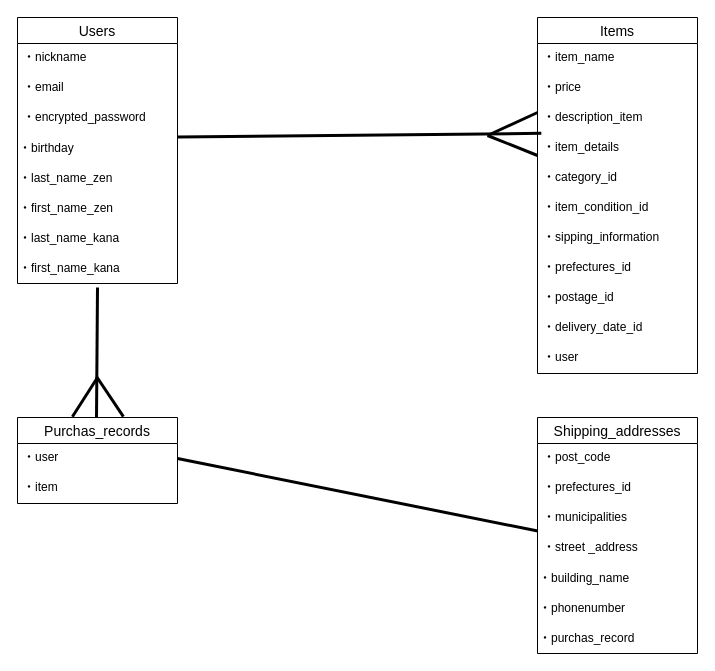
Before: furima-40418.dio in Ryo390/furima-40148, a draw.io diagram. Source tidied: cells renumbered, new cells numbered last; positions are measured from the earlier drawing's top-left corner, leaving out a move shared by most shapes. Both pictures are drawn from the tidied source at 100%, with x=0, y=0 at pixel (17, 17).
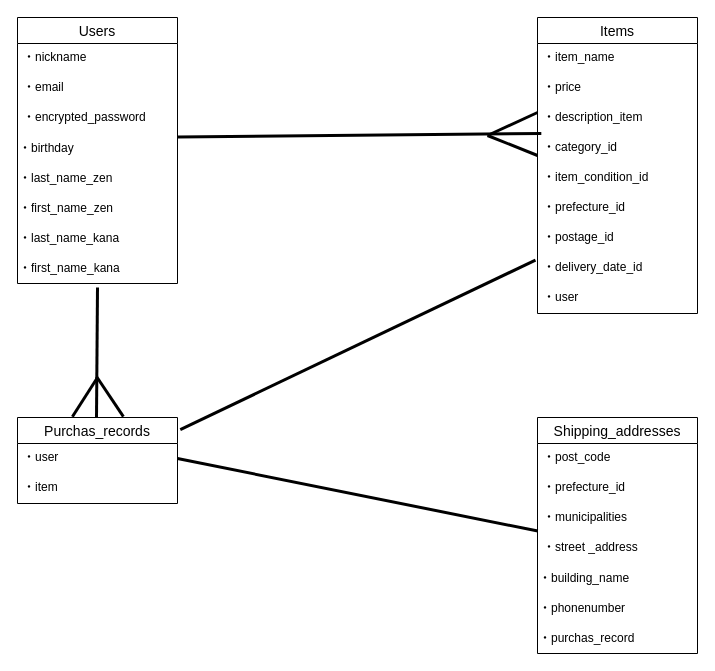
The same page after the edit.

Commit message (it also covers changes not shown here):
ER図・README修正5

Unchanged cells that the change refers to:
```xml
<mxCell id="26" value="Shipping_addresses" style="swimlane;fontStyle=0;horizontal=1;startSize=26;align=center;fontSize=14;" parent="1" vertex="1">
  <mxGeometry x="520" y="400" width="160" height="236" as="geometry" />
</mxCell>
```

What changed in the source:
```diff
@@
     <mxCell id="14" value="Items" style="swimlane;fontStyle=0;horizontal=1;startSize=26;align=center;fontSize=14;" parent="1" vertex="1">
-      <mxGeometry x="520" width="160" height="356" as="geometry" />
+      <mxGeometry x="520" width="160" height="296" as="geometry" />
     </mxCell>
@@
-    <mxCell id="18" value="・item_details" style="text;strokeColor=none;fillColor=none;spacingLeft=4;spacingRight=4;overflow=hidden;points=[[0,0.5],[1,0.5]];portConstraint=eastwest;fontSize=12;" parent="14" vertex="1">
-      <mxGeometry y="116" width="160" height="30" as="geometry" />
-    </mxCell>
     <mxCell id="19" value="・category_id" style="text;strokeColor=none;fillColor=none;spacingLeft=4;spacingRight=4;overflow=hidden;fontSize=12;" parent="14" vertex="1">
-      <mxGeometry y="146" width="160" height="30" as="geometry" />
+      <mxGeometry y="116" width="160" height="30" as="geometry" />
     </mxCell>
     <mxCell id="20" value="・item_condition_id" style="text;strokeColor=none;fillColor=none;spacingLeft=4;spacingRight=4;overflow=hidden;fontSize=12;" parent="14" vertex="1">
-      <mxGeometry y="176" width="160" height="30" as="geometry" />
+      <mxGeometry y="146" width="160" height="30" as="geometry" />
     </mxCell>
-    <mxCell id="21" value="・sipping_information" style="text;strokeColor=none;fillColor=none;spacingLeft=4;spacingRight=4;overflow=hidden;fontSize=12;" parent="14" vertex="1">
-      <mxGeometry y="206" width="160" height="30" as="geometry" />
-    </mxCell>
-    <mxCell id="22" value="・prefectures_id" style="text;strokeColor=none;fillColor=none;spacingLeft=4;spacingRight=4;overflow=hidden;fontSize=12;" parent="14" vertex="1">
-      <mxGeometry y="236" width="160" height="30" as="geometry" />
+    <mxCell id="22" value="・prefecture_id" style="text;strokeColor=none;fillColor=none;spacingLeft=4;spacingRight=4;overflow=hidden;fontSize=12;" parent="14" vertex="1">
+      <mxGeometry y="176" width="160" height="30" as="geometry" />
     </mxCell>
     <mxCell id="23" value="・postage_id" style="text;strokeColor=none;fillColor=none;spacingLeft=4;spacingRight=4;overflow=hidden;fontSize=12;" parent="14" vertex="1">
-      <mxGeometry y="266" width="160" height="30" as="geometry" />
+      <mxGeometry y="206" width="160" height="30" as="geometry" />
     </mxCell>
     <mxCell id="24" value="・delivery_date_id" style="text;strokeColor=none;fillColor=none;spacingLeft=4;spacingRight=4;overflow=hidden;fontSize=12;" parent="14" vertex="1">
-      <mxGeometry y="296" width="160" height="30" as="geometry" />
+      <mxGeometry y="236" width="160" height="30" as="geometry" />
     </mxCell>
     <mxCell id="25" value="・user&#10;" style="text;strokeColor=none;fillColor=none;spacingLeft=4;spacingRight=4;overflow=hidden;fontSize=12;" parent="14" vertex="1">
-      <mxGeometry y="326" width="160" height="30" as="geometry" />
+      <mxGeometry y="266" width="160" height="30" as="geometry" />
     </mxCell>
@@
-    <mxCell id="28" value="・prefectures_id" style="text;strokeColor=none;fillColor=none;spacingLeft=4;spacingRight=4;overflow=hidden;fontSize=12;" parent="26" vertex="1">
+    <mxCell id="28" value="・prefecture_id" style="text;strokeColor=none;fillColor=none;spacingLeft=4;spacingRight=4;overflow=hidden;fontSize=12;" parent="26" vertex="1">
       <mxGeometry y="56" width="160" height="30" as="geometry" />
     </mxCell>
@@
-    <mxCell id="34" style="endArrow=none;html=1;rounded=0;strokeColor=default;strokeWidth=3;entryX=0.024;entryY=-0.005;entryDx=0;entryDy=0;entryPerimeter=0;" parent="1" edge="1" target="18">
+    <mxCell id="34" style="endArrow=none;html=1;rounded=0;strokeColor=default;strokeWidth=3;entryX=0.024;entryY=-0.005;entryDx=0;entryDy=0;entryPerimeter=0;" parent="1" edge="1">
       <mxGeometry relative="1" as="geometry">
         <mxPoint x="160" y="119.5" as="sourcePoint" />
+        <mxPoint x="523.8" y="115.9" as="targetPoint" />
       </mxGeometry>
     </mxCell>
@@
+    <mxCell id="45" style="endArrow=none;html=1;rounded=0;strokeColor=default;strokeWidth=3;entryX=0.002;entryY=0.919;entryDx=0;entryDy=0;entryPerimeter=0;exitX=1.03;exitY=0.141;exitDx=0;exitDy=0;exitPerimeter=0;" parent="1" edge="1">
+      <mxGeometry relative="1" as="geometry">
+        <mxPoint x="162.8" y="412.1" as="sourcePoint" />
+        <mxPoint x="518" y="242.6" as="targetPoint" />
+      </mxGeometry>
+    </mxCell>
```
